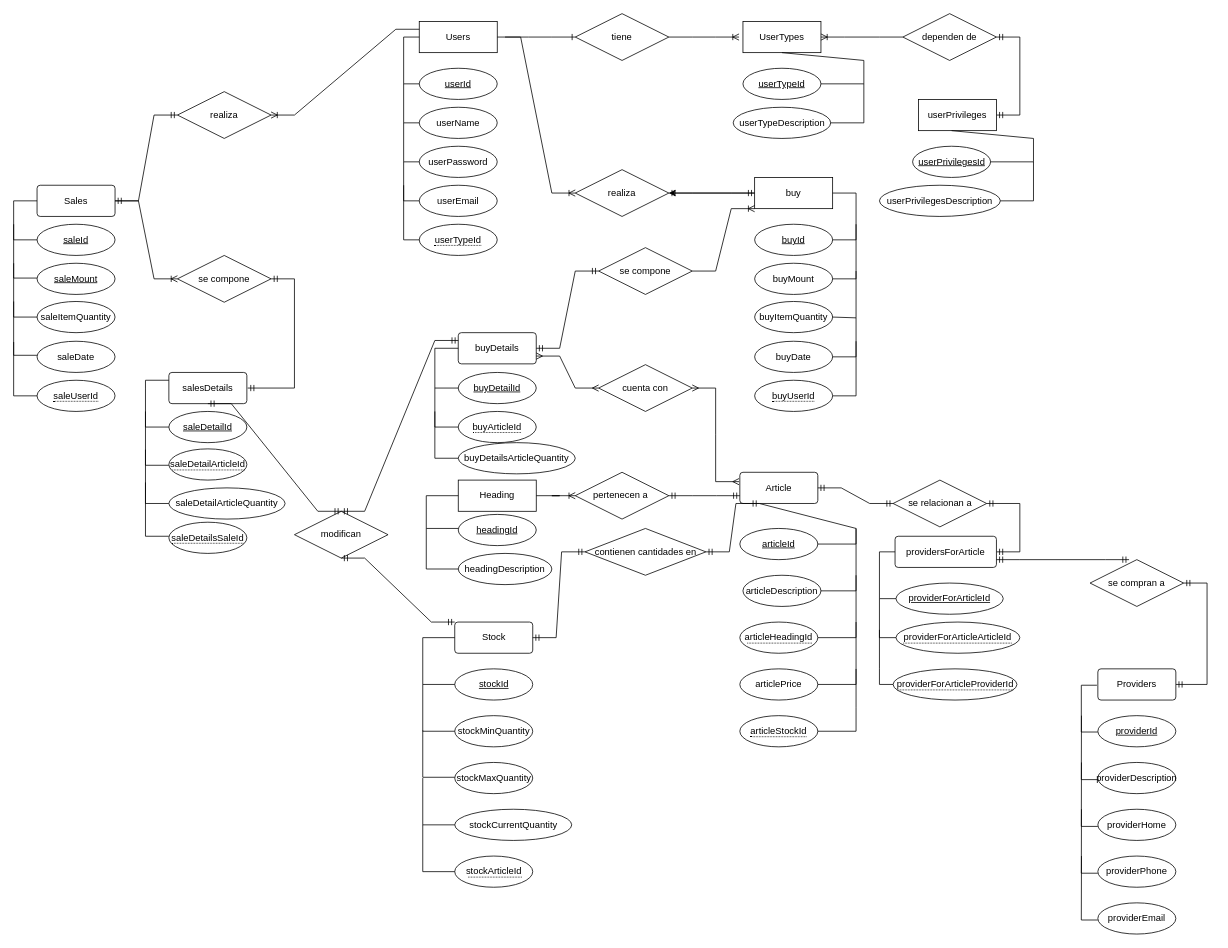
Earlier version of the draw.io diagram DER_carrito.drawio (LucasRivero02/baseDatos). Source tidied: cells renumbered, new cells numbered last; positions are measured from the earlier drawing's top-left corner, leaving out a move shared by most shapes. Both pictures are drawn from the tidied source at 78%, with x=0, y=0 at pixel (13, 13).
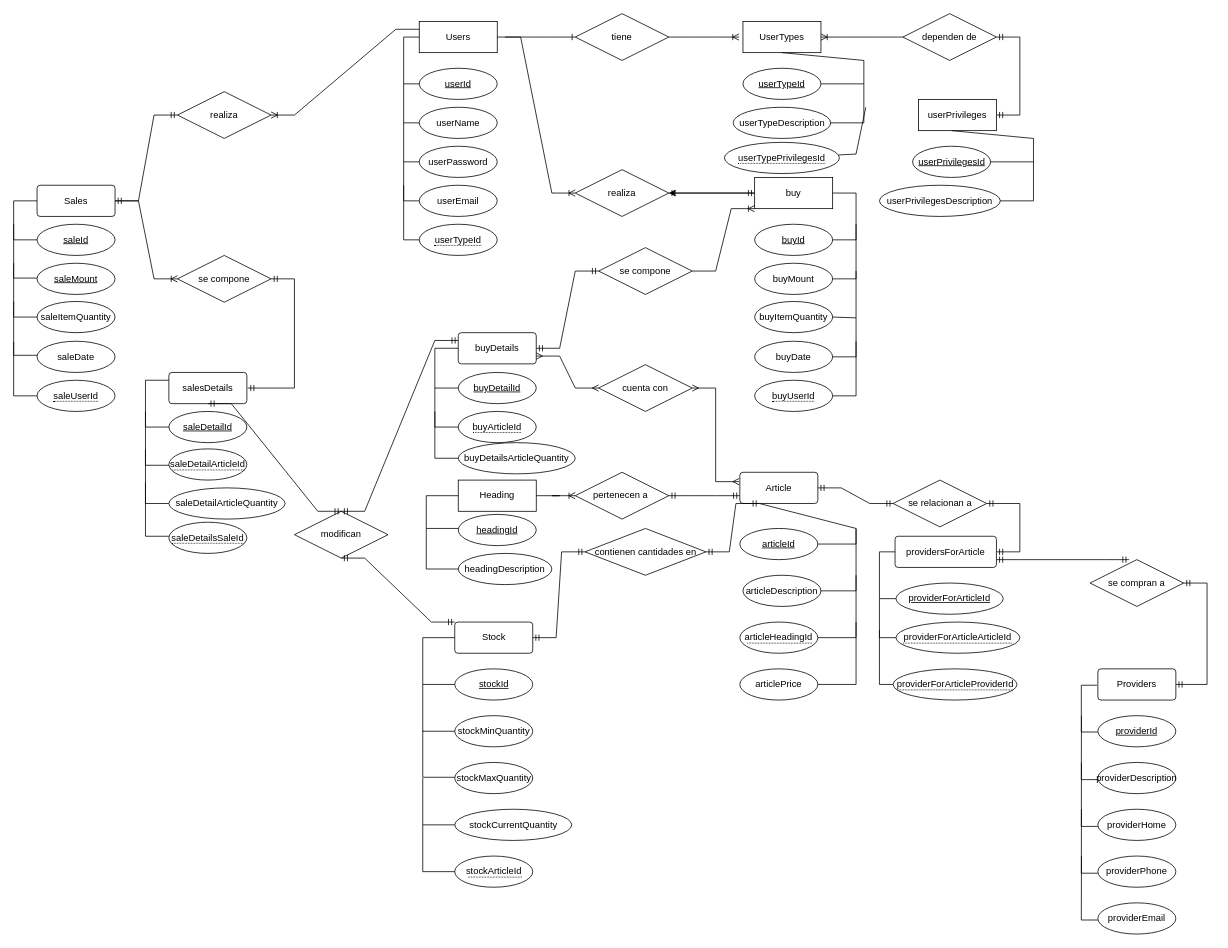
The same page after the edit.

The edit, as a diff of the source:
```diff
@@
-    <mxCell id="66" value="&lt;span style=&quot;border-bottom: 1px dotted&quot;&gt;articleStockId&lt;/span&gt;" style="ellipse;whiteSpace=wrap;html=1;align=center;" parent="1" vertex="1">
-      <mxGeometry x="931" y="900" width="100" height="40" as="geometry" />
-    </mxCell>
-    <mxCell id="67" style="endArrow=none;html=1;rounded=0;exitX=1;exitY=0.5;exitDx=0;exitDy=0;" parent="1" edge="1" source="66">
-      <mxGeometry relative="1" as="geometry">
-        <mxPoint x="1080" y="840" as="targetPoint" />
-        <Array as="points">
-          <mxPoint x="1080" y="920" />
-          <mxPoint x="1080" y="890" />
-        </Array>
-      </mxGeometry>
-    </mxCell>
@@
+    <mxCell id="144" value="&lt;span style=&quot;border-bottom: 1px dotted&quot;&gt;userTypePrivilegesId&lt;/span&gt;" style="ellipse;whiteSpace=wrap;html=1;align=center;" parent="1" vertex="1">
+      <mxGeometry x="911.2" y="165" width="147.5" height="40" as="geometry" />
+    </mxCell>
+    <mxCell id="145" style="endArrow=none;html=1;rounded=0;" parent="1" edge="1" source="144">
+      <mxGeometry relative="1" as="geometry">
+        <mxPoint x="1092.5" y="120" as="targetPoint" />
+        <Array as="points">
+          <mxPoint x="1080" y="180" />
+        </Array>
+      </mxGeometry>
+    </mxCell>
```
